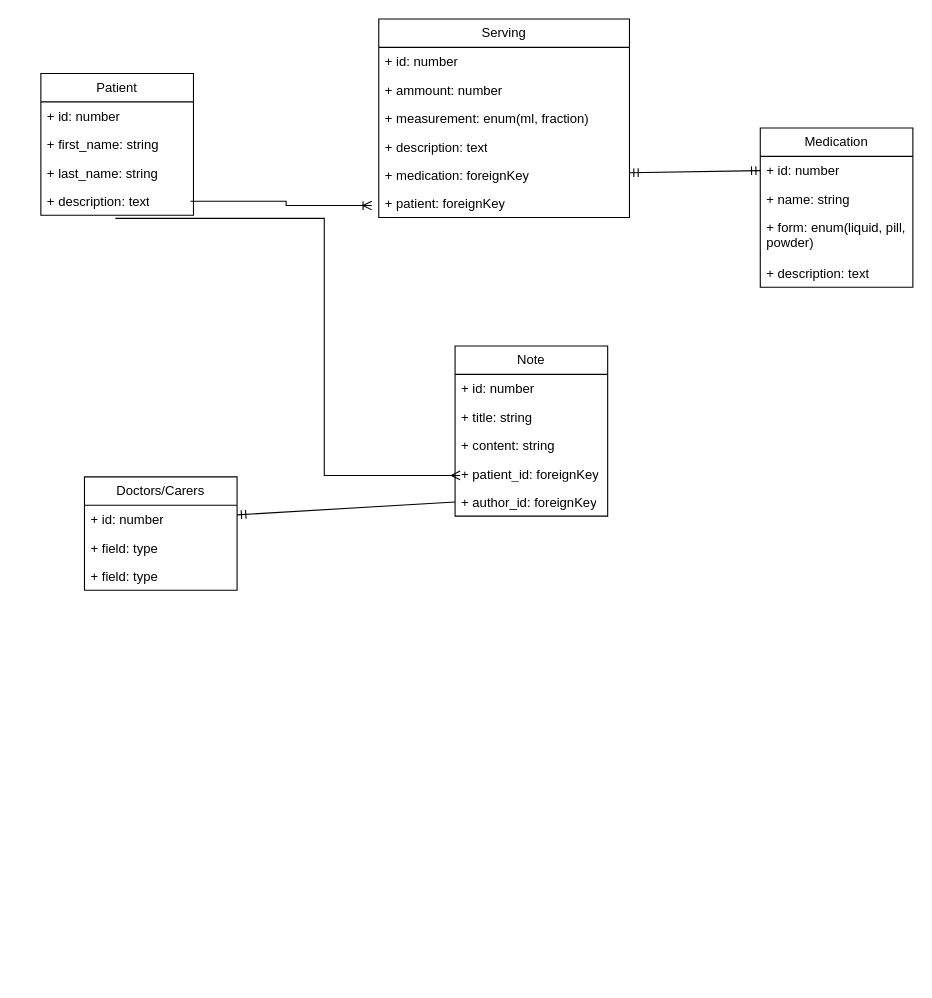
The draw.io diagram Filip/UML.drawio in realazaber/filip, before the edit. Source tidied: cells renumbered, new cells numbered last; positions are measured from the earlier drawing's top-left corner, leaving out a move shared by most shapes. Both pictures are drawn from the tidied source at 109%, with x=0, y=0 at pixel (40, 19).
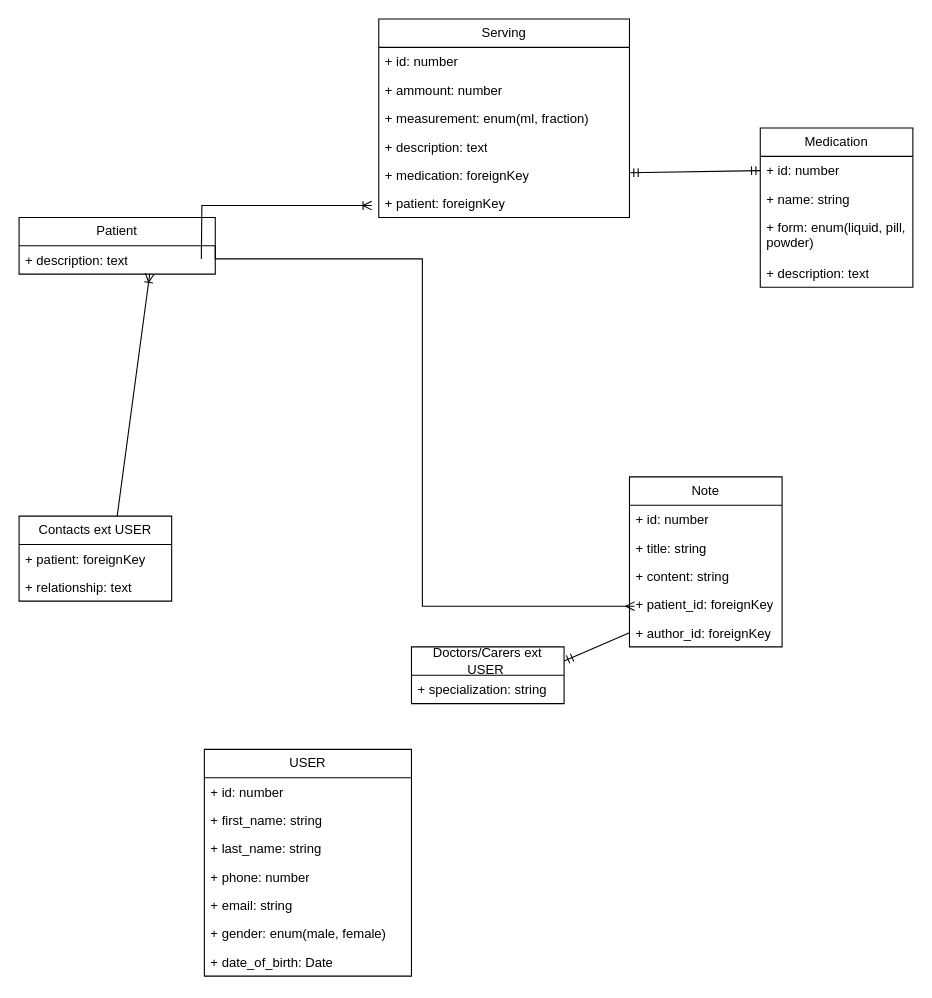
The same page after the edit.

The change refers to these unchanged cells:
```xml
<mxCell id="22" value="+ patient: foreignKey" style="text;strokeColor=none;fillColor=none;align=left;verticalAlign=top;spacingLeft=4;spacingRight=4;overflow=hidden;points=[[0,0.5],[1,0.5]];portConstraint=eastwest;whiteSpace=wrap;html=1;" parent="16" vertex="1">
  <mxGeometry y="156" width="230" height="26" as="geometry" />
</mxCell>
<mxCell id="29" value="+ patient_id: foreignKey" style="text;strokeColor=none;fillColor=none;align=left;verticalAlign=top;spacingLeft=4;spacingRight=4;overflow=hidden;points=[[0,0.5],[1,0.5]];portConstraint=eastwest;whiteSpace=wrap;html=1;" parent="25" vertex="1">
  <mxGeometry y="104" width="140" height="26" as="geometry" />
</mxCell>
<mxCell id="30" value="+ author_id: foreignKey" style="text;strokeColor=none;fillColor=none;align=left;verticalAlign=top;spacingLeft=4;spacingRight=4;overflow=hidden;points=[[0,0.5],[1,0.5]];portConstraint=eastwest;whiteSpace=wrap;html=1;" parent="25" vertex="1">
  <mxGeometry y="130" width="140" height="26" as="geometry" />
</mxCell>
```

Diff of the diagram source:
```diff
@@
+    <mxCell id="12" value="Doctors/Carers ext USER&amp;nbsp;" style="swimlane;fontStyle=0;horizontal=1;startSize=26;fillColor=none;whiteSpace=wrap;html=1;" parent="1" vertex="1">
+      <mxGeometry x="340" y="576" width="140" height="52" as="geometry" />
+    </mxCell>
+    <mxCell id="33" value="+ specialization: string" style="text;strokeColor=none;fillColor=none;align=left;verticalAlign=top;spacingLeft=4;spacingRight=4;overflow=hidden;whiteSpace=wrap;html=1;" parent="12" vertex="1">
+      <mxGeometry y="26" width="140" height="26" as="geometry" />
+    </mxCell>
     <mxCell id="2" value="Patient" style="swimlane;fontStyle=0;horizontal=1;startSize=26;fillColor=none;whiteSpace=wrap;html=1;" parent="1" vertex="1">
-      <mxGeometry y="50" width="140" height="130" as="geometry" />
+      <mxGeometry x="-20" y="182" width="180" height="52" as="geometry" />
     </mxCell>
-    <mxCell id="3" value="+ id: number" style="text;strokeColor=none;fillColor=none;align=left;verticalAlign=top;spacingLeft=4;spacingRight=4;overflow=hidden;whiteSpace=wrap;html=1;" parent="2" vertex="1">
-      <mxGeometry y="26" width="140" height="26" as="geometry" />
-    </mxCell>
-    <mxCell id="4" value="+ first_name: string" style="text;strokeColor=none;fillColor=none;align=left;verticalAlign=top;spacingLeft=4;spacingRight=4;overflow=hidden;whiteSpace=wrap;html=1;" parent="2" vertex="1">
-      <mxGeometry y="52" width="140" height="26" as="geometry" />
-    </mxCell>
-    <mxCell id="5" value="+ last_name: string" style="text;strokeColor=none;fillColor=none;align=left;verticalAlign=top;spacingLeft=4;spacingRight=4;overflow=hidden;whiteSpace=wrap;html=1;" parent="2" vertex="1">
-      <mxGeometry y="78" width="140" height="26" as="geometry" />
-    </mxCell>
     <mxCell id="6" value="+ description: text" style="text;strokeColor=none;fillColor=none;align=left;verticalAlign=top;spacingLeft=4;spacingRight=4;overflow=hidden;points=[[0,0.5],[1,0.5]];portConstraint=eastwest;whiteSpace=wrap;html=1;" parent="2" vertex="1">
-      <mxGeometry y="104" width="140" height="26" as="geometry" />
+      <mxGeometry y="26" width="180" height="26" as="geometry" />
     </mxCell>
@@
-    <mxCell id="12" value="Doctors/Carers" style="swimlane;fontStyle=0;horizontal=1;startSize=26;fillColor=none;whiteSpace=wrap;html=1;" parent="1" vertex="1">
-      <mxGeometry x="40" y="420" width="140" height="104" as="geometry" />
-    </mxCell>
-    <mxCell id="13" value="+ id: number" style="text;strokeColor=none;fillColor=none;align=left;verticalAlign=top;spacingLeft=4;spacingRight=4;overflow=hidden;points=[[0,0.5],[1,0.5]];portConstraint=eastwest;whiteSpace=wrap;html=1;" parent="12" vertex="1">
-      <mxGeometry y="26" width="140" height="26" as="geometry" />
-    </mxCell>
-    <mxCell id="14" value="+ field: type" style="text;strokeColor=none;fillColor=none;align=left;verticalAlign=top;spacingLeft=4;spacingRight=4;overflow=hidden;whiteSpace=wrap;html=1;" parent="12" vertex="1">
-      <mxGeometry y="52" width="140" height="26" as="geometry" />
-    </mxCell>
-    <mxCell id="15" value="+ field: type" style="text;strokeColor=none;fillColor=none;align=left;verticalAlign=top;spacingLeft=4;spacingRight=4;overflow=hidden;whiteSpace=wrap;html=1;" parent="12" vertex="1">
-      <mxGeometry y="78" width="140" height="26" as="geometry" />
-    </mxCell>
@@
-    <mxCell id="23" style="fontSize=12;html=1;endArrow=ERoneToMany;rounded=0;exitX=0.98;exitY=0.505;exitDx=0;exitDy=0;exitPerimeter=0;entryX=-0.028;entryY=0.579;entryDx=0;entryDy=0;entryPerimeter=0;edgeStyle=orthogonalEdgeStyle;" parent="1" edge="1" source="6" target="22">
-      <mxGeometry relative="1" as="geometry" />
+    <mxCell id="23" style="fontSize=12;html=1;endArrow=ERoneToMany;rounded=0;exitX=0.929;exitY=0.462;exitDx=0;exitDy=0;exitPerimeter=0;entryX=-0.028;entryY=0.579;entryDx=0;entryDy=0;entryPerimeter=0;edgeStyle=orthogonalEdgeStyle;" parent="1" edge="1" target="22">
+      <mxGeometry relative="1" as="geometry">
+        <mxPoint x="147.2" y="220" as="sourcePoint" />
+      </mxGeometry>
     </mxCell>
@@
     <mxCell id="25" value="Note" style="swimlane;fontStyle=0;horizontal=1;startSize=26;fillColor=none;whiteSpace=wrap;html=1;" parent="1" vertex="1">
-      <mxGeometry x="380" y="300" width="140" height="156" as="geometry" />
+      <mxGeometry x="540" y="420" width="140" height="156" as="geometry" />
     </mxCell>
@@
-    <mxCell id="31" style="edgeStyle=orthogonalEdgeStyle;fontSize=12;html=1;endArrow=ERmany;rounded=0;exitX=0.488;exitY=1.109;exitDx=0;exitDy=0;exitPerimeter=0;entryX=0.033;entryY=0.565;entryDx=0;entryDy=0;entryPerimeter=0;" parent="1" edge="1" source="6" target="29">
-      <mxGeometry relative="1" as="geometry" />
+    <mxCell id="31" style="edgeStyle=orthogonalEdgeStyle;fontSize=12;html=1;endArrow=ERmany;rounded=0;entryX=0.033;entryY=0.565;entryDx=0;entryDy=0;entryPerimeter=0;exitX=1;exitY=0.5;exitDx=0;exitDy=0;" parent="1" edge="1" source="2" target="29">
+      <mxGeometry relative="1" as="geometry">
+        <Array as="points">
+          <mxPoint x="350" y="220" />
+          <mxPoint x="350" y="539" />
+        </Array>
+      </mxGeometry>
     </mxCell>
-    <mxCell id="32" style="fontSize=12;html=1;endArrow=none;startArrow=ERmandOne;rounded=0;entryX=0;entryY=0.5;entryDx=0;entryDy=0;endFill=0;" parent="1" edge="1" source="13" target="30">
+    <mxCell id="32" style="fontSize=12;html=1;endArrow=none;startArrow=ERmandOne;rounded=0;entryX=0;entryY=0.5;entryDx=0;entryDy=0;endFill=0;exitX=1;exitY=0.25;exitDx=0;exitDy=0;" parent="1" edge="1" source="12" target="30">
       <mxGeometry relative="1" as="geometry" />
     </mxCell>
+    <mxCell id="34" value="Contacts ext USER" style="swimlane;fontStyle=0;horizontal=1;startSize=26;fillColor=none;whiteSpace=wrap;html=1;" parent="1" vertex="1">
+      <mxGeometry x="-20" y="456" width="140" height="78" as="geometry" />
+    </mxCell>
+    <mxCell id="35" value="+ patient: foreignKey" style="text;strokeColor=none;fillColor=none;align=left;verticalAlign=top;spacingLeft=4;spacingRight=4;overflow=hidden;whiteSpace=wrap;html=1;" parent="34" vertex="1">
+      <mxGeometry y="26" width="140" height="26" as="geometry" />
+    </mxCell>
+    <mxCell id="36" value="+ relationship: text" style="text;strokeColor=none;fillColor=none;align=left;verticalAlign=top;spacingLeft=4;spacingRight=4;overflow=hidden;whiteSpace=wrap;html=1;" parent="34" vertex="1">
+      <mxGeometry y="52" width="140" height="26" as="geometry" />
+    </mxCell>
+    <mxCell id="37" style="fontSize=12;html=1;endArrow=ERoneToMany;rounded=0;exitX=0.985;exitY=0.269;exitDx=0;exitDy=0;exitPerimeter=0;entryX=0.932;entryY=1.255;entryDx=0;entryDy=0;entryPerimeter=0;" parent="1" edge="1">
+      <mxGeometry relative="1" as="geometry">
+        <mxPoint x="70" y="456" as="sourcePoint" />
+        <mxPoint x="99.9" y="233.6" as="targetPoint" />
+      </mxGeometry>
+    </mxCell>
+    <mxCell id="38" value="USER" style="swimlane;fontStyle=0;horizontal=1;startSize=26;fillColor=none;whiteSpace=wrap;html=1;" parent="1" vertex="1">
+      <mxGeometry x="150" y="670" width="190" height="208" as="geometry" />
+    </mxCell>
+    <mxCell id="39" value="+ id: number" style="text;strokeColor=none;fillColor=none;align=left;verticalAlign=top;spacingLeft=4;spacingRight=4;overflow=hidden;whiteSpace=wrap;html=1;" parent="38" vertex="1">
+      <mxGeometry y="26" width="190" height="26" as="geometry" />
+    </mxCell>
+    <mxCell id="4" value="+ first_name: string" style="text;strokeColor=none;fillColor=none;align=left;verticalAlign=top;spacingLeft=4;spacingRight=4;overflow=hidden;whiteSpace=wrap;html=1;" parent="38" vertex="1">
+      <mxGeometry y="52" width="190" height="26" as="geometry" />
+    </mxCell>
+    <mxCell id="5" value="+ last_name: string" style="text;strokeColor=none;fillColor=none;align=left;verticalAlign=top;spacingLeft=4;spacingRight=4;overflow=hidden;whiteSpace=wrap;html=1;" parent="38" vertex="1">
+      <mxGeometry y="78" width="190" height="26" as="geometry" />
+    </mxCell>
+    <mxCell id="40" value="+ phone: number" style="text;strokeColor=none;fillColor=none;align=left;verticalAlign=top;spacingLeft=4;spacingRight=4;overflow=hidden;whiteSpace=wrap;html=1;" parent="38" vertex="1">
+      <mxGeometry y="104" width="190" height="26" as="geometry" />
+    </mxCell>
+    <mxCell id="41" value="+ email: string" style="text;strokeColor=none;fillColor=none;align=left;verticalAlign=top;spacingLeft=4;spacingRight=4;overflow=hidden;whiteSpace=wrap;html=1;" parent="38" vertex="1">
+      <mxGeometry y="130" width="190" height="26" as="geometry" />
+    </mxCell>
+    <mxCell id="42" value="+ gender: enum(male, female)" style="text;strokeColor=none;fillColor=none;align=left;verticalAlign=top;spacingLeft=4;spacingRight=4;overflow=hidden;whiteSpace=wrap;html=1;" parent="38" vertex="1">
+      <mxGeometry y="156" width="190" height="26" as="geometry" />
+    </mxCell>
+    <mxCell id="43" value="+ date_of_birth: Date" style="text;strokeColor=none;fillColor=none;align=left;verticalAlign=top;spacingLeft=4;spacingRight=4;overflow=hidden;whiteSpace=wrap;html=1;" parent="38" vertex="1">
+      <mxGeometry y="182" width="190" height="26" as="geometry" />
+    </mxCell>
```
